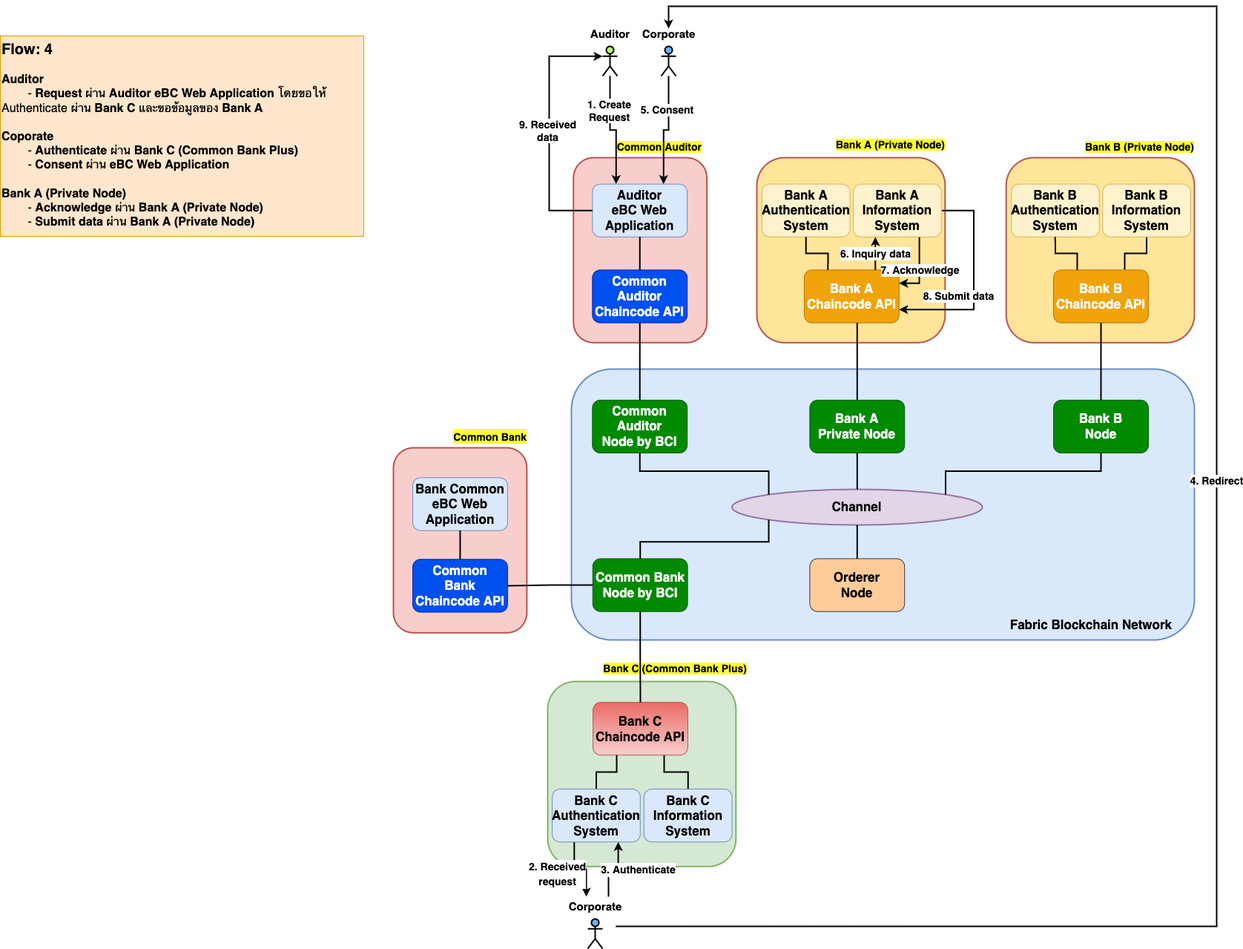
Before: static/img/architecture/eBC-Flow_4.png, a diagram exported from draw.io (ebc-documentation/ebc-documentation.github.io). Source tidied: cells renumbered, new cells last; positions are measured from the earlier drawing's top-left corner, leaving out a move shared by most shapes.
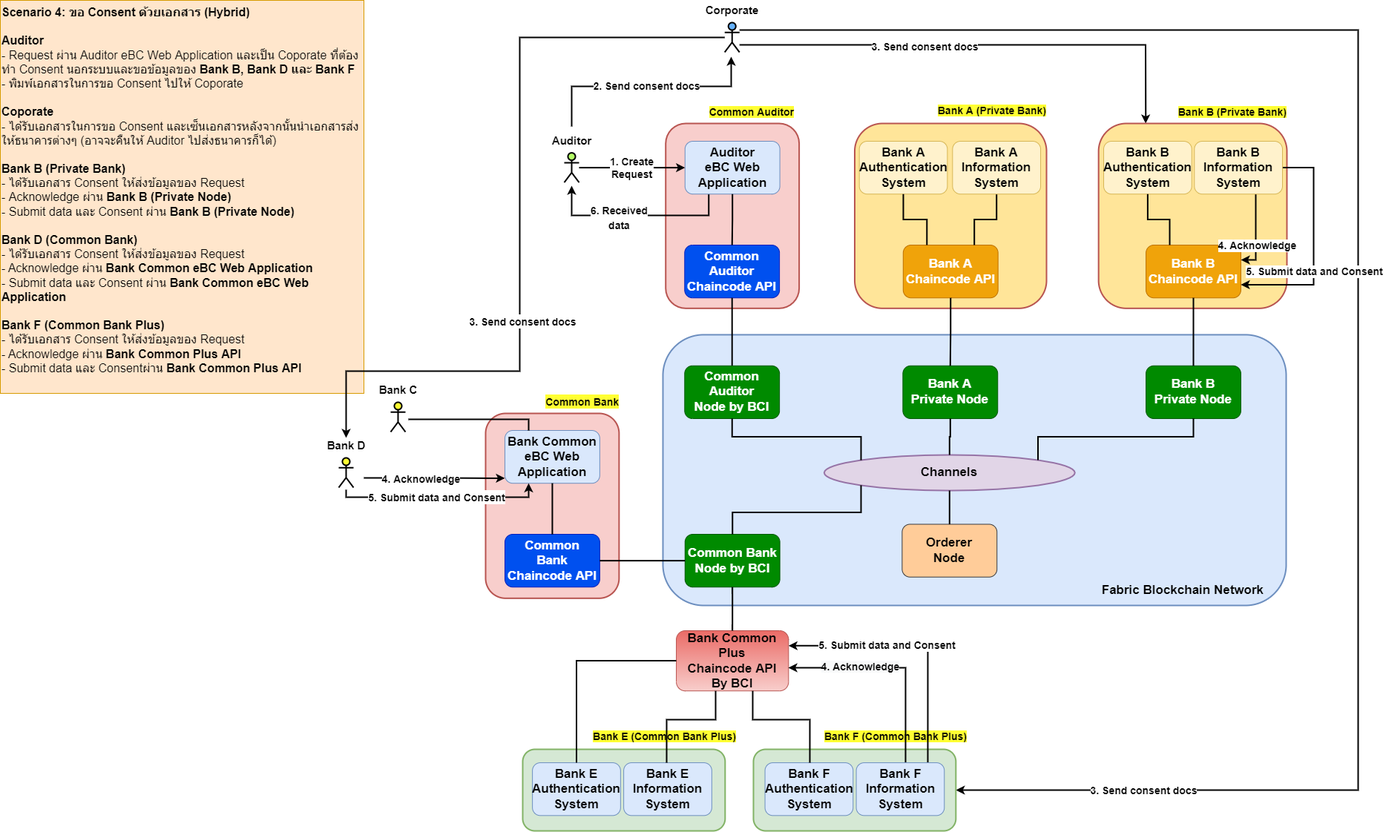
The same file after the commit.

Change to the diagram source:
```diff
@@ -41,7 +41,7 @@
     <mxCell id="14" value="Bank B&lt;br style=&quot;font-size: 17px;&quot;&gt;Chaincode API" style="rounded=1;whiteSpace=wrap;html=1;fillColor=#f0a30a;strokeColor=#BD7000;fontSize=17;fontStyle=1;gradientDirection=north;fontColor=#FFFFFF;" parent="2" vertex="1">
       <mxGeometry x="650.1" y="151.4" width="127.8" height="71.2" as="geometry" />
     </mxCell>
-    <mxCell id="15" value="Bank B&lt;br style=&quot;font-size: 17px;&quot;&gt;Node" style="rounded=1;whiteSpace=wrap;html=1;fillColor=#008a00;strokeColor=#005700;fontSize=17;fontStyle=1;fontColor=#ffffff;" parent="2" vertex="1">
+    <mxCell id="15" value="Bank B&lt;br style=&quot;font-size: 17px&quot;&gt;Private Node" style="rounded=1;whiteSpace=wrap;html=1;fillColor=#008a00;strokeColor=#005700;fontSize=17;fontStyle=1;fontColor=#ffffff;" parent="2" vertex="1">
       <mxGeometry x="650.1" y="326.8" width="127.8" height="71.2" as="geometry" />
     </mxCell>
     <mxCell id="16" style="edgeStyle=orthogonalEdgeStyle;rounded=0;jettySize=auto;html=1;exitX=0.5;exitY=1;exitDx=0;exitDy=0;entryX=0.5;entryY=0;entryDx=0;entryDy=0;fontSize=17;fontColor=#66B2FF;strokeColor=#000000;endArrow=none;endFill=0;strokeWidth=2;fontStyle=1;" parent="2" edge="1" source="11" target="9">
```
